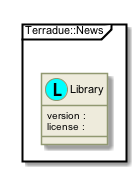
The PlantUML diagram _images/plantuml-7997ac70e6edceb07e912ae5b38609e2e80cd209.png in Terradue/doc-tep-geohazards-arch, before a commit.
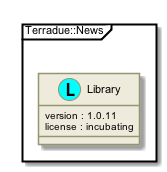
The same diagram one commit later.

The edit, as a diff of the source:
```diff
@@ -138,8 +138,8 @@
 skinparam componentStyle uml2
 package "Terradue::News" <<Frame>> {
   class "Library" as namespace_terradue_1_1_news << (L, cyan) >> [[../technology/packages/namespace_terradue_1_1_news.html]] {
-     version :
-     license :
+     version : 1.0.11
+     license : incubating
   }
 }
 
```
